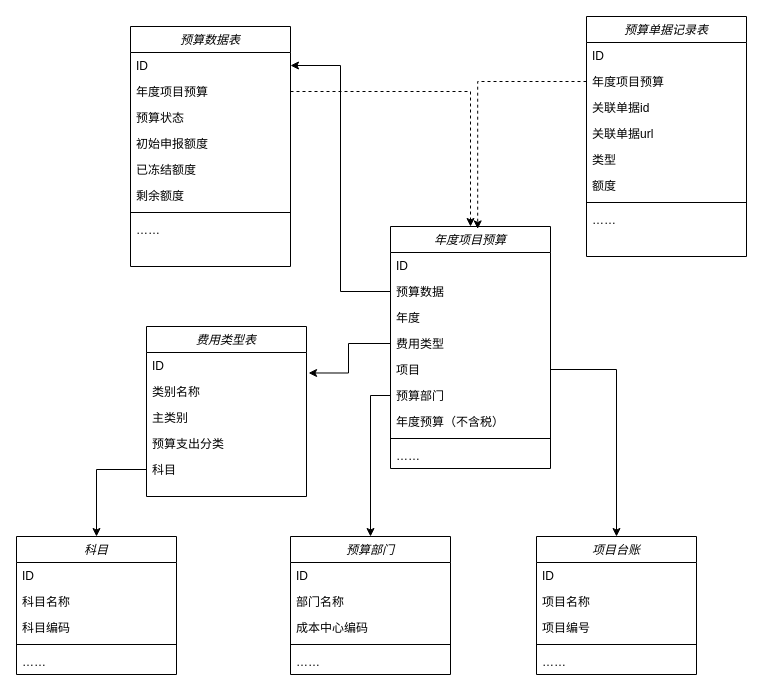
Before: draw/Untitled Diagram.drawio in titanzhi/drawfiiles, a draw.io diagram. Source tidied: cells renumbered, new cells numbered last; positions are measured from the earlier drawing's top-left corner, leaving out a move shared by most shapes. Both pictures are drawn from the tidied source at 100%, with x=0, y=0 at pixel (16, 16).
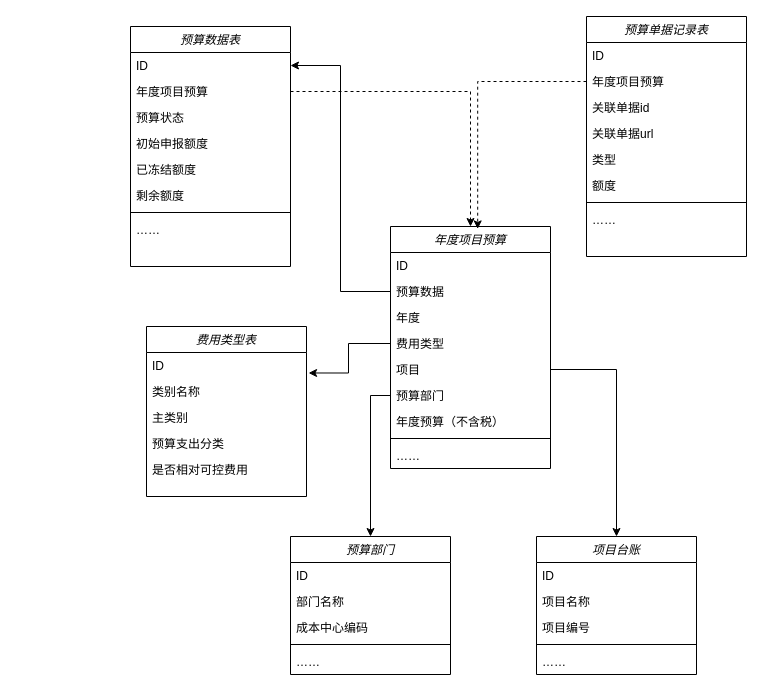
Above is the later version.

Unchanged cells that the change refers to:
```xml
<mxCell id="14" value="费用类型表" style="swimlane;fontStyle=2;align=center;verticalAlign=top;horizontal=1;startSize=26;rounded=0;shadow=0;strokeWidth=1;" parent="1" vertex="1">
  <mxGeometry x="130" y="310" width="160" height="170" as="geometry" />
</mxCell>
```

Diff of the diagram source:
```diff
@@
-    <mxCell id="2" value="科目&#10;" style="swimlane;fontStyle=2;align=center;verticalAlign=top;horizontal=1;startSize=26;rounded=0;shadow=0;strokeWidth=1;" parent="1" vertex="1">
-      <mxGeometry y="520" width="160" height="138" as="geometry" />
-    </mxCell>
-    <mxCell id="3" value="ID" style="text;align=left;verticalAlign=top;spacingLeft=4;spacingRight=4;overflow=hidden;" parent="2" vertex="1">
-      <mxGeometry y="26" width="160" height="26" as="geometry" />
-    </mxCell>
-    <mxCell id="4" value="科目名称" style="text;align=left;verticalAlign=top;spacingLeft=4;spacingRight=4;overflow=hidden;rounded=0;shadow=0;html=0;" parent="2" vertex="1">
-      <mxGeometry y="52" width="160" height="26" as="geometry" />
-    </mxCell>
-    <mxCell id="5" value="科目编码" style="text;align=left;verticalAlign=top;spacingLeft=4;spacingRight=4;overflow=hidden;rounded=0;shadow=0;html=0;" parent="2" vertex="1">
-      <mxGeometry y="78" width="160" height="26" as="geometry" />
-    </mxCell>
-    <mxCell id="6" style="line;html=1;strokeWidth=1;align=left;verticalAlign=middle;spacingTop=-1;spacingLeft=3;spacingRight=3;labelPosition=right;" parent="2" vertex="1">
-      <mxGeometry y="104" width="160" height="8" as="geometry" />
-    </mxCell>
-    <mxCell id="7" value="……" style="text;align=left;verticalAlign=top;spacingLeft=4;spacingRight=4;overflow=hidden;" parent="2" vertex="1">
-      <mxGeometry y="112" width="160" height="26" as="geometry" />
-    </mxCell>
@@
-    <mxCell id="19" value="科目" style="text;align=left;verticalAlign=top;spacingLeft=4;spacingRight=4;overflow=hidden;points=[[0,0.5],[1,0.5]];portConstraint=eastwest;rounded=0;shadow=0;html=0;" parent="14" vertex="1">
+    <mxCell id="19" value="是否相对可控费用" style="text;align=left;verticalAlign=top;spacingLeft=4;spacingRight=4;overflow=hidden;points=[[0,0.5],[1,0.5]];portConstraint=eastwest;rounded=0;shadow=0;html=0;" parent="14" vertex="1">
       <mxGeometry y="130" width="160" height="26" as="geometry" />
     </mxCell>
-    <mxCell id="20" style="edgeStyle=orthogonalEdgeStyle;rounded=0;jettySize=auto;html=1;" parent="1" edge="1" source="19" target="2">
-      <mxGeometry relative="1" as="geometry" />
-    </mxCell>
```
